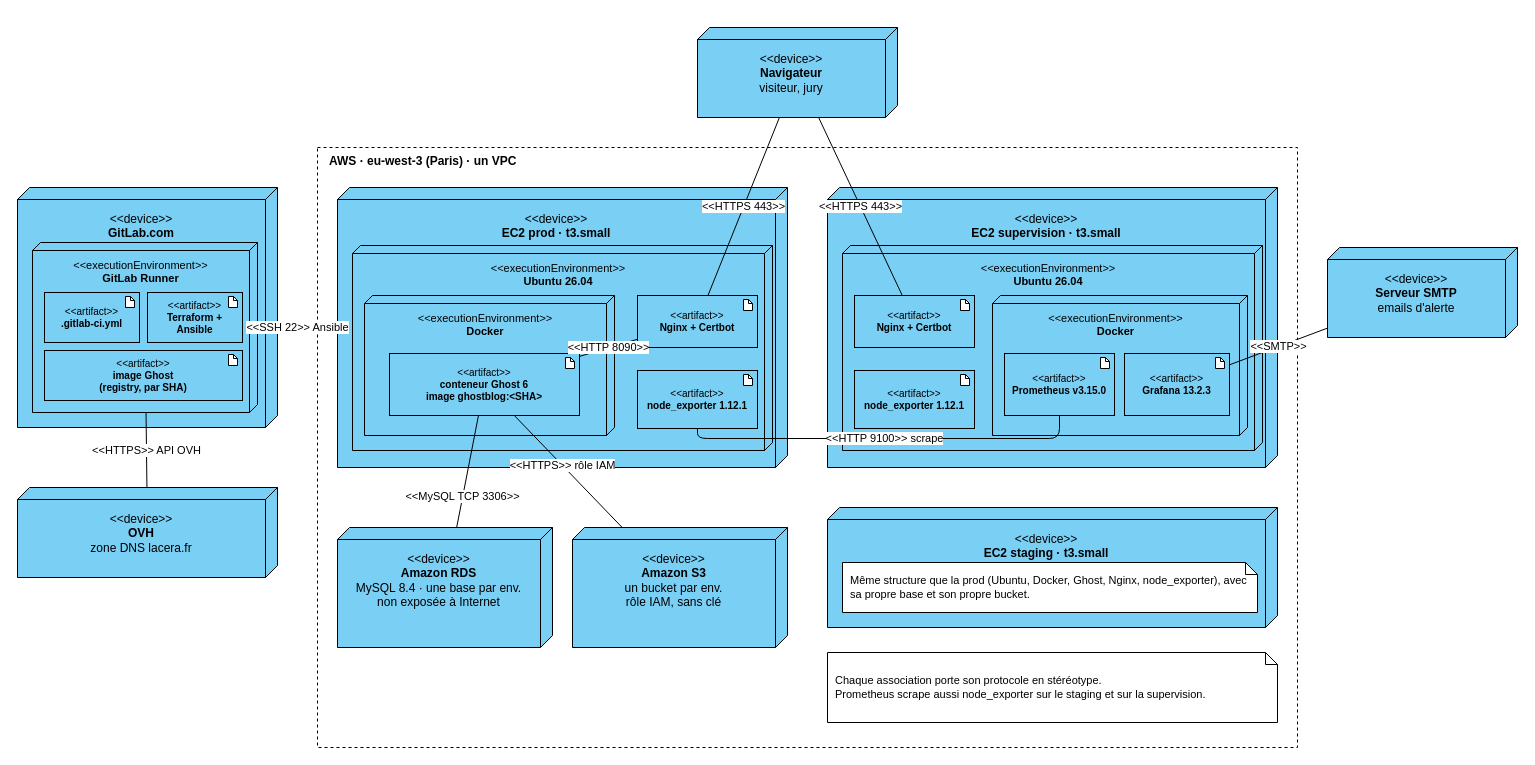
Before: docs/diagramme-deploiement.drawio in RafaelLACERA/ghostblog, a draw.io diagram. Source tidied: cells renumbered, new cells numbered last; positions are measured from the earlier drawing's top-left corner, leaving out a move shared by most shapes. Both pictures are drawn from the tidied source at 100%, with x=0, y=0 at pixel (17, 27).
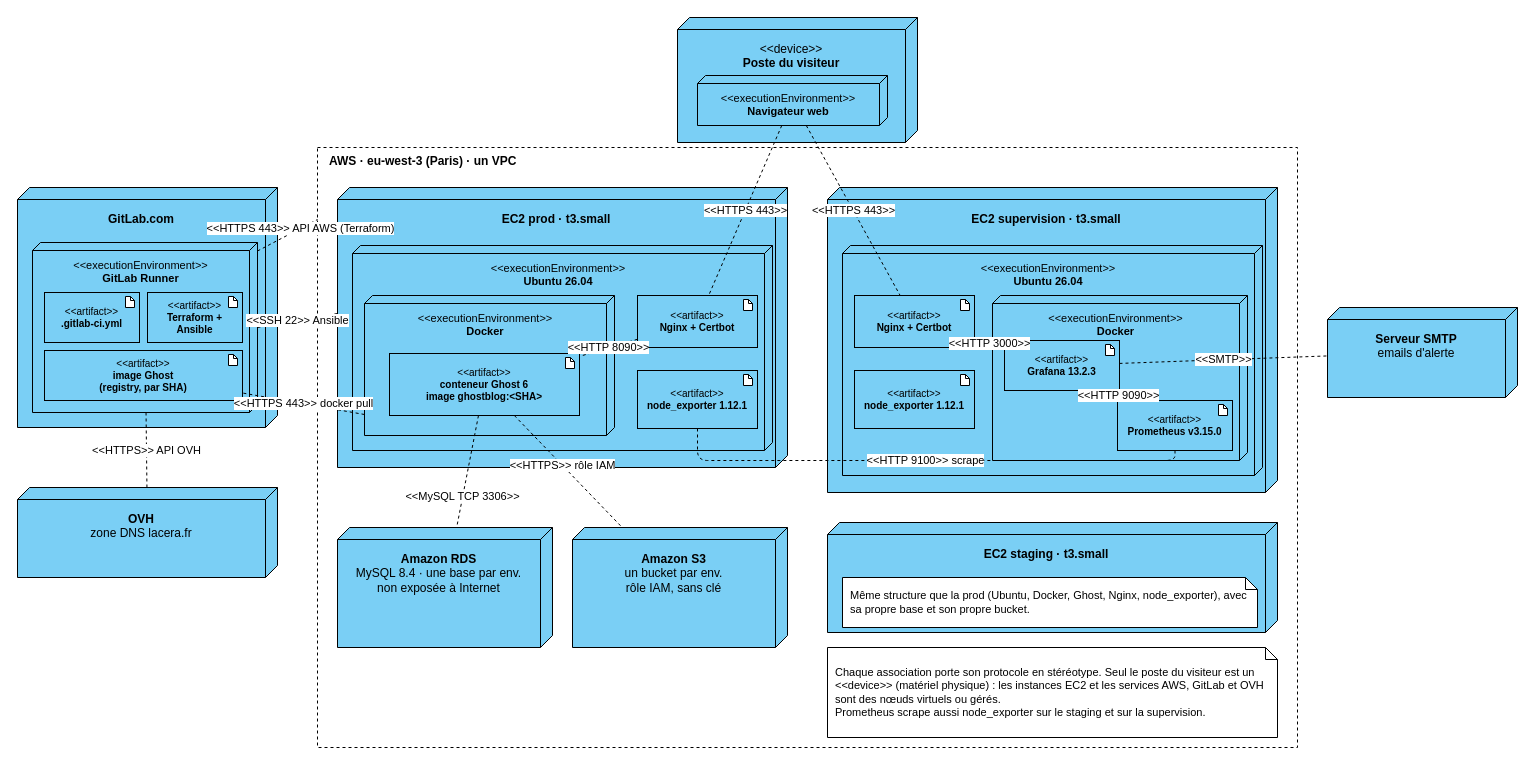
The same diagram, later.

Commit message (it also covers changes not shown here):
docs: diagramme de deploiement conforme au cours (noeuds virtuels, liens en pointilles, flux manquants)

The change refers to these unchanged cells:
```xml
<mxCell id="4" value="&amp;lt;&amp;lt;executionEnvironment&amp;gt;&amp;gt;&lt;br&gt;&lt;b&gt;GitLab Runner&lt;/b&gt;" style="shape=cube;whiteSpace=wrap;html=1;boundedLbl=1;size=8;verticalAlign=top;align=center;spacingTop=2;fillColor=#7ACFF5;strokeColor=#000000;fontSize=11;flipH=1;" parent="3" vertex="1">
  <mxGeometry x="15" y="55" width="225" height="170" as="geometry" />
</mxCell>
<mxCell id="9" value="&amp;lt;&amp;lt;artifact&amp;gt;&amp;gt;&lt;br&gt;&lt;b&gt;image Ghost&lt;br&gt;(registry, par SHA)&lt;/b&gt;" style="rounded=0;whiteSpace=wrap;html=1;fillColor=#7ACFF5;strokeColor=#000000;fontSize=10;align=center;verticalAlign=middle;" parent="4" vertex="1">
  <mxGeometry x="12" y="108" width="198" height="50" as="geometry" />
</mxCell>
<mxCell id="13" value="AWS · eu-west-3 (Paris) · un VPC" style="rounded=0;whiteSpace=wrap;html=1;dashed=1;fillColor=none;strokeColor=#000000;verticalAlign=top;align=left;spacingLeft=10;fontSize=12;fontStyle=1;" parent="1" vertex="1">
  <mxGeometry x="300" y="120" width="980" height="600" as="geometry" />
</mxCell>
<mxCell id="16" value="&amp;lt;&amp;lt;executionEnvironment&amp;gt;&amp;gt;&lt;br&gt;&lt;b&gt;Docker&lt;/b&gt;" style="shape=cube;whiteSpace=wrap;html=1;boundedLbl=1;size=8;verticalAlign=top;align=center;spacingTop=2;fillColor=#7ACFF5;strokeColor=#000000;fontSize=11;flipH=1;" parent="15" vertex="1">
  <mxGeometry x="12" y="50" width="250" height="140" as="geometry" />
</mxCell>
<mxCell id="17" value="&amp;lt;&amp;lt;artifact&amp;gt;&amp;gt;&lt;br&gt;&lt;b&gt;conteneur Ghost 6&lt;br&gt;image ghostblog:&amp;lt;SHA&amp;gt;&lt;/b&gt;" style="rounded=0;whiteSpace=wrap;html=1;fillColor=#7ACFF5;strokeColor=#000000;fontSize=10;align=center;verticalAlign=middle;" parent="16" vertex="1">
  <mxGeometry x="25" y="58" width="190" height="62" as="geometry" />
</mxCell>
<mxCell id="19" value="&amp;lt;&amp;lt;artifact&amp;gt;&amp;gt;&lt;br&gt;&lt;b&gt;Nginx + Certbot&lt;/b&gt;" style="rounded=0;whiteSpace=wrap;html=1;fillColor=#7ACFF5;strokeColor=#000000;fontSize=10;align=center;verticalAlign=middle;" parent="15" vertex="1">
  <mxGeometry x="285" y="50" width="120" height="52" as="geometry" />
</mxCell>
<mxCell id="21" value="&amp;lt;&amp;lt;artifact&amp;gt;&amp;gt;&lt;br&gt;&lt;b&gt;node_exporter 1.12.1&lt;/b&gt;" style="rounded=0;whiteSpace=wrap;html=1;fillColor=#7ACFF5;strokeColor=#000000;fontSize=10;align=center;verticalAlign=middle;" parent="15" vertex="1">
  <mxGeometry x="285" y="125" width="120" height="58" as="geometry" />
</mxCell>
<mxCell id="25" value="&amp;lt;&amp;lt;artifact&amp;gt;&amp;gt;&lt;br&gt;&lt;b&gt;Nginx + Certbot&lt;/b&gt;" style="rounded=0;whiteSpace=wrap;html=1;fillColor=#7ACFF5;strokeColor=#000000;fontSize=10;align=center;verticalAlign=middle;" parent="24" vertex="1">
  <mxGeometry x="12" y="50" width="120" height="52" as="geometry" />
</mxCell>
```

What changed in the source:
```diff
@@
-    <mxCell id="2" value="&amp;lt;&amp;lt;device&amp;gt;&amp;gt;&lt;br&gt;&lt;b&gt;Navigateur&lt;/b&gt;&lt;br&gt;visiteur, jury" style="shape=cube;whiteSpace=wrap;html=1;boundedLbl=1;size=12;verticalAlign=top;align=center;spacingTop=6;fillColor=#7ACFF5;strokeColor=#000000;fontSize=12;flipH=1;" parent="1" vertex="1">
-      <mxGeometry x="680" width="200" height="90" as="geometry" />
+    <mxCell id="2" value="&amp;lt;&amp;lt;device&amp;gt;&amp;gt;&lt;br&gt;&lt;b&gt;Poste du visiteur&lt;/b&gt;" style="shape=cube;whiteSpace=wrap;html=1;boundedLbl=1;size=12;verticalAlign=top;align=center;spacingTop=6;fillColor=#7ACFF5;strokeColor=#000000;fontSize=12;flipH=1;" parent="1" vertex="1">
+      <mxGeometry x="660" y="-10" width="240" height="125" as="geometry" />
     </mxCell>
+    <mxCell id="48" value="&amp;lt;&amp;lt;executionEnvironment&amp;gt;&amp;gt;&lt;br&gt;&lt;b&gt;Navigateur web&lt;/b&gt;" style="shape=cube;whiteSpace=wrap;html=1;boundedLbl=1;size=8;verticalAlign=top;align=center;spacingTop=2;fillColor=#7ACFF5;strokeColor=#000000;fontSize=11;flipH=1;" parent="2" vertex="1">
+      <mxGeometry x="20" y="58" width="190" height="50" as="geometry" />
+    </mxCell>
-    <mxCell id="3" value="&amp;lt;&amp;lt;device&amp;gt;&amp;gt;&lt;br&gt;&lt;b&gt;GitLab.com&lt;/b&gt;" style="shape=cube;whiteSpace=wrap;html=1;boundedLbl=1;size=12;verticalAlign=top;align=center;spacingTop=6;fillColor=#7ACFF5;strokeColor=#000000;fontSize=12;flipH=1;" parent="1" vertex="1">
+    <mxCell id="3" value="&lt;b&gt;GitLab.com&lt;/b&gt;" style="shape=cube;whiteSpace=wrap;html=1;boundedLbl=1;size=12;verticalAlign=top;align=center;spacingTop=6;fillColor=#7ACFF5;strokeColor=#000000;fontSize=12;flipH=1;" parent="1" vertex="1">
       <mxGeometry y="160" width="260" height="240" as="geometry" />
     </mxCell>
@@
-    <mxCell id="11" value="&amp;lt;&amp;lt;device&amp;gt;&amp;gt;&lt;br&gt;&lt;b&gt;OVH&lt;/b&gt;&lt;br&gt;zone DNS lacera.fr" style="shape=cube;whiteSpace=wrap;html=1;boundedLbl=1;size=12;verticalAlign=top;align=center;spacingTop=6;fillColor=#7ACFF5;strokeColor=#000000;fontSize=12;flipH=1;" parent="1" vertex="1">
+    <mxCell id="11" value="&lt;b&gt;OVH&lt;/b&gt;&lt;br&gt;zone DNS lacera.fr" style="shape=cube;whiteSpace=wrap;html=1;boundedLbl=1;size=12;verticalAlign=top;align=center;spacingTop=6;fillColor=#7ACFF5;strokeColor=#000000;fontSize=12;flipH=1;" parent="1" vertex="1">
       <mxGeometry y="460" width="260" height="90" as="geometry" />
     </mxCell>
-    <mxCell id="12" value="&amp;lt;&amp;lt;device&amp;gt;&amp;gt;&lt;br&gt;&lt;b&gt;Serveur SMTP&lt;/b&gt;&lt;br&gt;emails d'alerte" style="shape=cube;whiteSpace=wrap;html=1;boundedLbl=1;size=12;verticalAlign=top;align=center;spacingTop=6;fillColor=#7ACFF5;strokeColor=#000000;fontSize=12;flipH=1;" parent="1" vertex="1">
-      <mxGeometry x="1310" y="220" width="190" height="90" as="geometry" />
+    <mxCell id="12" value="&lt;b&gt;Serveur SMTP&lt;/b&gt;&lt;br&gt;emails d'alerte" style="shape=cube;whiteSpace=wrap;html=1;boundedLbl=1;size=12;verticalAlign=top;align=center;spacingTop=6;fillColor=#7ACFF5;strokeColor=#000000;fontSize=12;flipH=1;" parent="1" vertex="1">
+      <mxGeometry x="1310" y="280" width="190" height="90" as="geometry" />
     </mxCell>
@@
-    <mxCell id="14" value="&amp;lt;&amp;lt;device&amp;gt;&amp;gt;&lt;br&gt;&lt;b&gt;EC2 prod · t3.small&lt;/b&gt;" style="shape=cube;whiteSpace=wrap;html=1;boundedLbl=1;size=12;verticalAlign=top;align=center;spacingTop=6;fillColor=#7ACFF5;strokeColor=#000000;fontSize=12;flipH=1;" parent="13" vertex="1">
+    <mxCell id="14" value="&lt;b&gt;EC2 prod · t3.small&lt;/b&gt;" style="shape=cube;whiteSpace=wrap;html=1;boundedLbl=1;size=12;verticalAlign=top;align=center;spacingTop=6;fillColor=#7ACFF5;strokeColor=#000000;fontSize=12;flipH=1;" parent="13" vertex="1">
       <mxGeometry x="20" y="40" width="450" height="280" as="geometry" />
     </mxCell>
@@
-    <mxCell id="23" value="&amp;lt;&amp;lt;device&amp;gt;&amp;gt;&lt;br&gt;&lt;b&gt;EC2 supervision · t3.small&lt;/b&gt;" style="shape=cube;whiteSpace=wrap;html=1;boundedLbl=1;size=12;verticalAlign=top;align=center;spacingTop=6;fillColor=#7ACFF5;strokeColor=#000000;fontSize=12;flipH=1;" parent="13" vertex="1">
-      <mxGeometry x="510" y="40" width="450" height="280" as="geometry" />
+    <mxCell id="23" value="&lt;b&gt;EC2 supervision · t3.small&lt;/b&gt;" style="shape=cube;whiteSpace=wrap;html=1;boundedLbl=1;size=12;verticalAlign=top;align=center;spacingTop=6;fillColor=#7ACFF5;strokeColor=#000000;fontSize=12;flipH=1;" parent="13" vertex="1">
+      <mxGeometry x="510" y="40" width="450" height="305" as="geometry" />
     </mxCell>
     <mxCell id="24" value="&amp;lt;&amp;lt;executionEnvironment&amp;gt;&amp;gt;&lt;br&gt;&lt;b&gt;Ubuntu 26.04&lt;/b&gt;" style="shape=cube;whiteSpace=wrap;html=1;boundedLbl=1;size=8;verticalAlign=top;align=center;spacingTop=2;fillColor=#7ACFF5;strokeColor=#000000;fontSize=11;flipH=1;" parent="23" vertex="1">
-      <mxGeometry x="15" y="58" width="420" height="205" as="geometry" />
+      <mxGeometry x="15" y="58" width="420" height="230" as="geometry" />
     </mxCell>
@@
     <mxCell id="29" value="&amp;lt;&amp;lt;executionEnvironment&amp;gt;&amp;gt;&lt;br&gt;&lt;b&gt;Docker&lt;/b&gt;" style="shape=cube;whiteSpace=wrap;html=1;boundedLbl=1;size=8;verticalAlign=top;align=center;spacingTop=2;fillColor=#7ACFF5;strokeColor=#000000;fontSize=11;flipH=1;" parent="24" vertex="1">
-      <mxGeometry x="150" y="50" width="255" height="140" as="geometry" />
+      <mxGeometry x="150" y="50" width="255" height="165" as="geometry" />
     </mxCell>
     <mxCell id="30" value="&amp;lt;&amp;lt;artifact&amp;gt;&amp;gt;&lt;br&gt;&lt;b&gt;Prometheus v3.15.0&lt;/b&gt;" style="rounded=0;whiteSpace=wrap;html=1;fillColor=#7ACFF5;strokeColor=#000000;fontSize=10;align=center;verticalAlign=middle;" parent="29" vertex="1">
-      <mxGeometry x="12" y="58" width="110" height="62" as="geometry" />
+      <mxGeometry x="125" y="105" width="115" height="50" as="geometry" />
     </mxCell>
     <mxCell id="31" style="shape=note;size=4;html=1;fillColor=#FFFFFF;strokeColor=#000000;" parent="30" vertex="1">
-      <mxGeometry x="96" y="4" width="9" height="11" as="geometry" />
+      <mxGeometry x="101" y="4" width="9" height="11" as="geometry" />
     </mxCell>
     <mxCell id="32" value="&amp;lt;&amp;lt;artifact&amp;gt;&amp;gt;&lt;br&gt;&lt;b&gt;Grafana 13.2.3&lt;/b&gt;" style="rounded=0;whiteSpace=wrap;html=1;fillColor=#7ACFF5;strokeColor=#000000;fontSize=10;align=center;verticalAlign=middle;" parent="29" vertex="1">
-      <mxGeometry x="132" y="58" width="105" height="62" as="geometry" />
+      <mxGeometry x="12" y="45" width="115" height="50" as="geometry" />
     </mxCell>
     <mxCell id="33" style="shape=note;size=4;html=1;fillColor=#FFFFFF;strokeColor=#000000;" parent="32" vertex="1">
-      <mxGeometry x="91" y="4" width="9" height="11" as="geometry" />
+      <mxGeometry x="101" y="4" width="9" height="11" as="geometry" />
     </mxCell>
-    <mxCell id="34" value="&amp;lt;&amp;lt;device&amp;gt;&amp;gt;&lt;br&gt;&lt;b&gt;Amazon RDS&lt;/b&gt;&lt;br&gt;MySQL 8.4 · une base par env.&lt;br&gt;non exposée à Internet" style="shape=cube;whiteSpace=wrap;html=1;boundedLbl=1;size=12;verticalAlign=top;align=center;spacingTop=6;fillColor=#7ACFF5;strokeColor=#000000;fontSize=12;flipH=1;" parent="13" vertex="1">
+    <mxCell id="34" value="&lt;b&gt;Amazon RDS&lt;/b&gt;&lt;br&gt;MySQL 8.4 · une base par env.&lt;br&gt;non exposée à Internet" style="shape=cube;whiteSpace=wrap;html=1;boundedLbl=1;size=12;verticalAlign=top;align=center;spacingTop=6;fillColor=#7ACFF5;strokeColor=#000000;fontSize=12;flipH=1;" parent="13" vertex="1">
       <mxGeometry x="20" y="380" width="215" height="120" as="geometry" />
     </mxCell>
-    <mxCell id="35" value="&amp;lt;&amp;lt;device&amp;gt;&amp;gt;&lt;br&gt;&lt;b&gt;Amazon S3&lt;/b&gt;&lt;br&gt;un bucket par env.&lt;br&gt;rôle IAM, sans clé" style="shape=cube;whiteSpace=wrap;html=1;boundedLbl=1;size=12;verticalAlign=top;align=center;spacingTop=6;fillColor=#7ACFF5;strokeColor=#000000;fontSize=12;flipH=1;" parent="13" vertex="1">
+    <mxCell id="35" value="&lt;b&gt;Amazon S3&lt;/b&gt;&lt;br&gt;un bucket par env.&lt;br&gt;rôle IAM, sans clé" style="shape=cube;whiteSpace=wrap;html=1;boundedLbl=1;size=12;verticalAlign=top;align=center;spacingTop=6;fillColor=#7ACFF5;strokeColor=#000000;fontSize=12;flipH=1;" parent="13" vertex="1">
       <mxGeometry x="255" y="380" width="215" height="120" as="geometry" />
     </mxCell>
-    <mxCell id="36" value="&amp;lt;&amp;lt;device&amp;gt;&amp;gt;&lt;br&gt;&lt;b&gt;EC2 staging · t3.small&lt;/b&gt;" style="shape=cube;whiteSpace=wrap;html=1;boundedLbl=1;size=12;verticalAlign=top;align=center;spacingTop=6;fillColor=#7ACFF5;strokeColor=#000000;fontSize=12;flipH=1;" parent="13" vertex="1">
-      <mxGeometry x="510" y="360" width="450" height="120" as="geometry" />
+    <mxCell id="36" value="&lt;b&gt;EC2 staging · t3.small&lt;/b&gt;" style="shape=cube;whiteSpace=wrap;html=1;boundedLbl=1;size=12;verticalAlign=top;align=center;spacingTop=6;fillColor=#7ACFF5;strokeColor=#000000;fontSize=12;flipH=1;" parent="13" vertex="1">
+      <mxGeometry x="510" y="375" width="450" height="110" as="geometry" />
     </mxCell>
@@
-    <mxCell id="38" value="Chaque association porte son protocole en stéréotype.&lt;br&gt;Prometheus scrape aussi node_exporter sur le staging et sur la supervision." style="shape=note;size=12;whiteSpace=wrap;html=1;fillColor=#FFFFFF;strokeColor=#000000;fontSize=11;align=left;spacingLeft=6;" parent="13" vertex="1">
-      <mxGeometry x="510" y="505" width="450" height="70" as="geometry" />
+    <mxCell id="38" value="Chaque association porte son protocole en stéréotype. Seul le poste du visiteur est un &amp;lt;&amp;lt;device&amp;gt;&amp;gt; (matériel physique) : les instances EC2 et les services AWS, GitLab et OVH sont des nœuds virtuels ou gérés.&lt;br&gt;Prometheus scrape aussi node_exporter sur le staging et sur la supervision." style="shape=note;size=12;whiteSpace=wrap;html=1;fillColor=#FFFFFF;strokeColor=#000000;fontSize=11;align=left;spacingLeft=6;" parent="13" vertex="1">
+      <mxGeometry x="510" y="500" width="450" height="90" as="geometry" />
     </mxCell>
-    <mxCell id="39" value="&amp;lt;&amp;lt;HTTPS 443&amp;gt;&amp;gt;" style="endArrow=none;html=1;fontSize=11;fontColor=#000000;strokeColor=#000000;labelBackgroundColor=#FFFFFF;" parent="1" edge="1" source="2" target="19">
+    <mxCell id="39" value="&amp;lt;&amp;lt;HTTPS 443&amp;gt;&amp;gt;" style="endArrow=none;dashed=1;html=1;fontSize=11;fontColor=#000000;strokeColor=#000000;labelBackgroundColor=#FFFFFF;" parent="1" edge="1" source="48" target="19">
       <mxGeometry relative="1" as="geometry" />
     </mxCell>
-    <mxCell id="40" value="&amp;lt;&amp;lt;HTTPS 443&amp;gt;&amp;gt;" style="endArrow=none;html=1;fontSize=11;fontColor=#000000;strokeColor=#000000;labelBackgroundColor=#FFFFFF;" parent="1" edge="1" source="2" target="25">
+    <mxCell id="40" value="&amp;lt;&amp;lt;HTTPS 443&amp;gt;&amp;gt;" style="endArrow=none;dashed=1;html=1;fontSize=11;fontColor=#000000;strokeColor=#000000;labelBackgroundColor=#FFFFFF;" parent="1" edge="1" source="48" target="25">
       <mxGeometry relative="1" as="geometry" />
     </mxCell>
-    <mxCell id="41" value="&amp;lt;&amp;lt;SSH 22&amp;gt;&amp;gt; Ansible" style="endArrow=none;html=1;fontSize=11;fontColor=#000000;strokeColor=#000000;labelBackgroundColor=#FFFFFF;" parent="1" edge="1" source="4" target="14">
+    <mxCell id="41" value="&amp;lt;&amp;lt;SSH 22&amp;gt;&amp;gt; Ansible" style="endArrow=none;dashed=1;html=1;fontSize=11;fontColor=#000000;strokeColor=#000000;labelBackgroundColor=#FFFFFF;exitX=1;exitY=0.5;entryX=0;entryY=0.45;" parent="1" edge="1" source="4" target="14">
       <mxGeometry relative="1" as="geometry" />
     </mxCell>
-    <mxCell id="42" value="&amp;lt;&amp;lt;HTTPS&amp;gt;&amp;gt; API OVH" style="endArrow=none;html=1;fontSize=11;fontColor=#000000;strokeColor=#000000;labelBackgroundColor=#FFFFFF;" parent="1" edge="1" source="4" target="11">
+    <mxCell id="42" value="&amp;lt;&amp;lt;HTTPS&amp;gt;&amp;gt; API OVH" style="endArrow=none;dashed=1;html=1;fontSize=11;fontColor=#000000;strokeColor=#000000;labelBackgroundColor=#FFFFFF;" parent="1" edge="1" source="4" target="11">
       <mxGeometry relative="1" as="geometry" />
     </mxCell>
-    <mxCell id="43" value="&amp;lt;&amp;lt;MySQL TCP 3306&amp;gt;&amp;gt;" style="endArrow=none;html=1;fontSize=11;fontColor=#000000;strokeColor=#000000;labelBackgroundColor=#FFFFFF;" parent="1" edge="1" source="17" target="34">
+    <mxCell id="43" value="&amp;lt;&amp;lt;MySQL TCP 3306&amp;gt;&amp;gt;" style="endArrow=none;dashed=1;html=1;fontSize=11;fontColor=#000000;strokeColor=#000000;labelBackgroundColor=#FFFFFF;" parent="1" edge="1" source="17" target="34">
       <mxGeometry x="0.45" relative="1" as="geometry" />
     </mxCell>
-    <mxCell id="44" value="&amp;lt;&amp;lt;HTTPS&amp;gt;&amp;gt; rôle IAM" style="endArrow=none;html=1;fontSize=11;fontColor=#000000;strokeColor=#000000;labelBackgroundColor=#FFFFFF;" parent="1" edge="1" source="17" target="35">
+    <mxCell id="44" value="&amp;lt;&amp;lt;HTTPS&amp;gt;&amp;gt; rôle IAM" style="endArrow=none;dashed=1;html=1;fontSize=11;fontColor=#000000;strokeColor=#000000;labelBackgroundColor=#FFFFFF;" parent="1" edge="1" source="17" target="35">
       <mxGeometry x="-0.1" relative="1" as="geometry" />
     </mxCell>
-    <mxCell id="45" value="&amp;lt;&amp;lt;HTTP 9100&amp;gt;&amp;gt; scrape" style="endArrow=none;html=1;fontSize=11;fontColor=#000000;strokeColor=#000000;labelBackgroundColor=#FFFFFF;edgeStyle=orthogonalEdgeStyle;exitX=0.5;exitY=1;entryX=0.5;entryY=1;" parent="1" edge="1" source="30" target="21">
+    <mxCell id="45" value="&amp;lt;&amp;lt;HTTP 9100&amp;gt;&amp;gt; scrape" style="endArrow=none;dashed=1;html=1;fontSize=11;fontColor=#000000;strokeColor=#000000;labelBackgroundColor=#FFFFFF;edgeStyle=orthogonalEdgeStyle;exitX=0.5;exitY=1;entryX=0.5;entryY=1;" parent="1" edge="1" source="30" target="21">
       <mxGeometry relative="1" as="geometry" />
     </mxCell>
-    <mxCell id="46" value="&amp;lt;&amp;lt;SMTP&amp;gt;&amp;gt;" style="endArrow=none;html=1;fontSize=11;fontColor=#000000;strokeColor=#000000;labelBackgroundColor=#FFFFFF;" parent="1" edge="1" source="32" target="12">
+    <mxCell id="46" value="&amp;lt;&amp;lt;SMTP&amp;gt;&amp;gt;" style="endArrow=none;dashed=1;html=1;fontSize=11;fontColor=#000000;strokeColor=#000000;labelBackgroundColor=#FFFFFF;" parent="1" edge="1" source="32" target="12">
       <mxGeometry relative="1" as="geometry" />
     </mxCell>
-    <mxCell id="47" value="&amp;lt;&amp;lt;HTTP 8090&amp;gt;&amp;gt;" style="endArrow=none;html=1;fontSize=11;fontColor=#000000;strokeColor=#000000;labelBackgroundColor=#FFFFFF;" parent="1" edge="1" source="19" target="17">
+    <mxCell id="47" value="&amp;lt;&amp;lt;HTTP 8090&amp;gt;&amp;gt;" style="endArrow=none;dashed=1;html=1;fontSize=11;fontColor=#000000;strokeColor=#000000;labelBackgroundColor=#FFFFFF;" parent="1" edge="1" source="19" target="17">
       <mxGeometry relative="1" as="geometry" />
     </mxCell>
+    <mxCell id="49" value="&amp;lt;&amp;lt;HTTP 3000&amp;gt;&amp;gt;" style="endArrow=none;dashed=1;html=1;fontSize=11;fontColor=#000000;strokeColor=#000000;labelBackgroundColor=#FFFFFF;" parent="1" edge="1" source="25" target="32">
+      <mxGeometry relative="1" as="geometry" />
+    </mxCell>
+    <mxCell id="50" value="&amp;lt;&amp;lt;HTTP 9090&amp;gt;&amp;gt;" style="endArrow=none;dashed=1;html=1;fontSize=11;fontColor=#000000;strokeColor=#000000;labelBackgroundColor=#FFFFFF;" parent="1" edge="1" source="32" target="30">
+      <mxGeometry relative="1" as="geometry" />
+    </mxCell>
+    <mxCell id="51" value="&amp;lt;&amp;lt;HTTPS 443&amp;gt;&amp;gt; docker pull" style="endArrow=none;dashed=1;html=1;fontSize=11;fontColor=#000000;strokeColor=#000000;labelBackgroundColor=#FFFFFF;exitX=0;exitY=0.85;entryX=1;entryY=0.85;" parent="1" edge="1" source="16" target="9">
+      <mxGeometry relative="1" as="geometry" />
+    </mxCell>
+    <mxCell id="52" value="&amp;lt;&amp;lt;HTTPS 443&amp;gt;&amp;gt; API AWS (Terraform)" style="endArrow=none;dashed=1;html=1;fontSize=11;fontColor=#000000;strokeColor=#000000;labelBackgroundColor=#FFFFFF;exitX=1;exitY=0.05;entryX=0;entryY=0.12;" parent="1" edge="1" source="4" target="13">
+      <mxGeometry x="0.45" relative="1" as="geometry" />
+    </mxCell>
```
